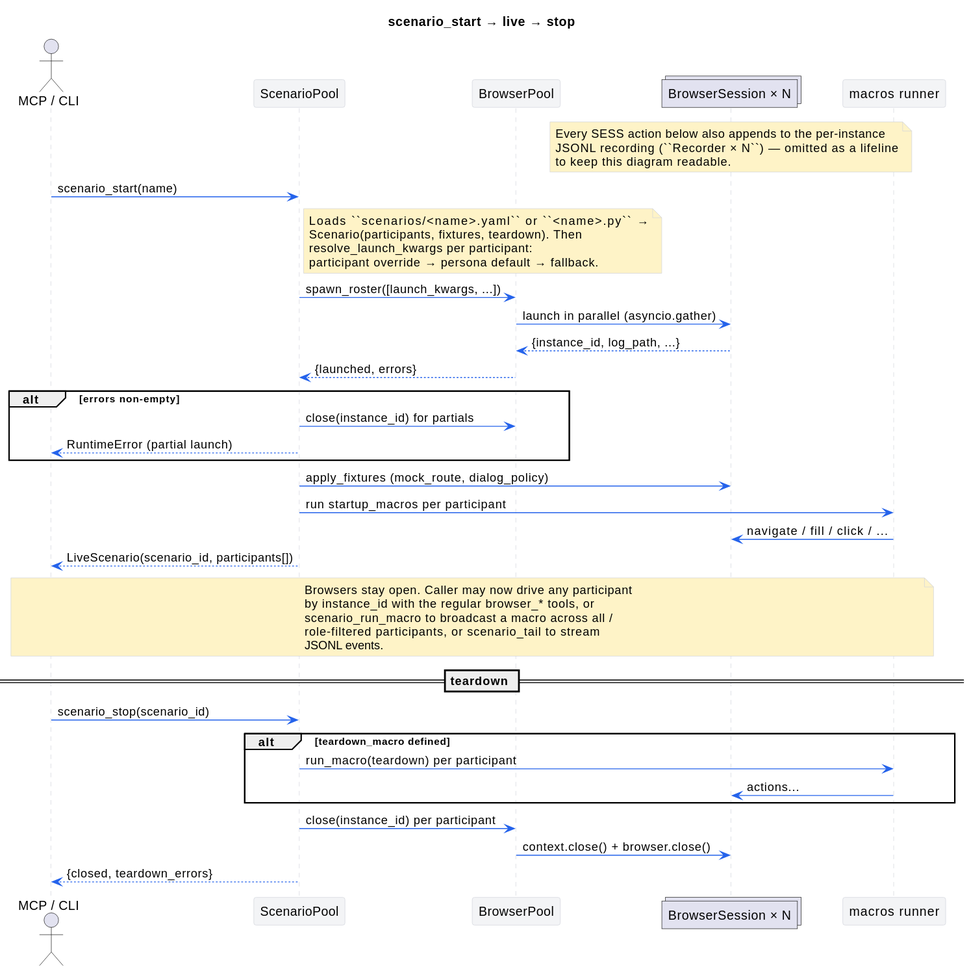
livingstaccato/octowright keeps this PlantUML diagram as docs/architecture/scenario-lifecycle.svg. Above is the earlier version. Its source is kept beside it as docs/architecture/scenario-lifecycle.puml. The source it was exported from:
```plantuml
@startuml scenario-lifecycle
title scenario_start → live → stop

skinparam backgroundColor #ffffff
skinparam sequenceArrowColor #2563eb
skinparam sequenceParticipantBorderColor #d1d5db
skinparam sequenceParticipantBackgroundColor #f3f4f6
skinparam sequenceLifeLineBorderColor #d1d5db
skinparam noteBackgroundColor #fef3c7
skinparam noteBorderColor #d1d5db


actor "MCP / CLI" as USER
participant "ScenarioPool" as SPOOL
participant "BrowserPool" as POOL
collections "BrowserSession × N" as SESS
participant "macros runner" as MACROS

note over SESS
  Every SESS action below also appends to the per-instance
  JSONL recording (``Recorder × N``) — omitted as a lifeline
  to keep this diagram readable.
end note

USER -> SPOOL : scenario_start(name)

note right of SPOOL
  Loads ``scenarios/<name>.yaml`` or ``<name>.py`` →
  Scenario(participants, fixtures, teardown). Then
  resolve_launch_kwargs per participant:
  participant override → persona default → fallback.
end note

SPOOL -> POOL : spawn_roster([launch_kwargs, ...])
POOL -> SESS : launch in parallel (asyncio.gather)
SESS --> POOL : {instance_id, log_path, ...}
POOL --> SPOOL : {launched, errors}

alt errors non-empty
  SPOOL -> POOL : close(instance_id) for partials
  SPOOL --> USER : RuntimeError (partial launch)
end

SPOOL -> SESS : apply_fixtures (mock_route, dialog_policy)
SPOOL -> MACROS : run startup_macros per participant
MACROS -> SESS : navigate / fill / click / ...

SPOOL --> USER : LiveScenario(scenario_id, participants[])

note over USER, MACROS
  Browsers stay open. Caller may now drive any participant
  by instance_id with the regular browser_* tools, or
  scenario_run_macro to broadcast a macro across all /
  role-filtered participants, or scenario_tail to stream
  JSONL events.
end note

== teardown ==

USER -> SPOOL : scenario_stop(scenario_id)
alt teardown_macro defined
  SPOOL -> MACROS : run_macro(teardown) per participant
  MACROS -> SESS : actions...
end
SPOOL -> POOL : close(instance_id) per participant
POOL -> SESS : context.close() + browser.close()
SPOOL --> USER : {closed, teardown_errors}

@enduml
```
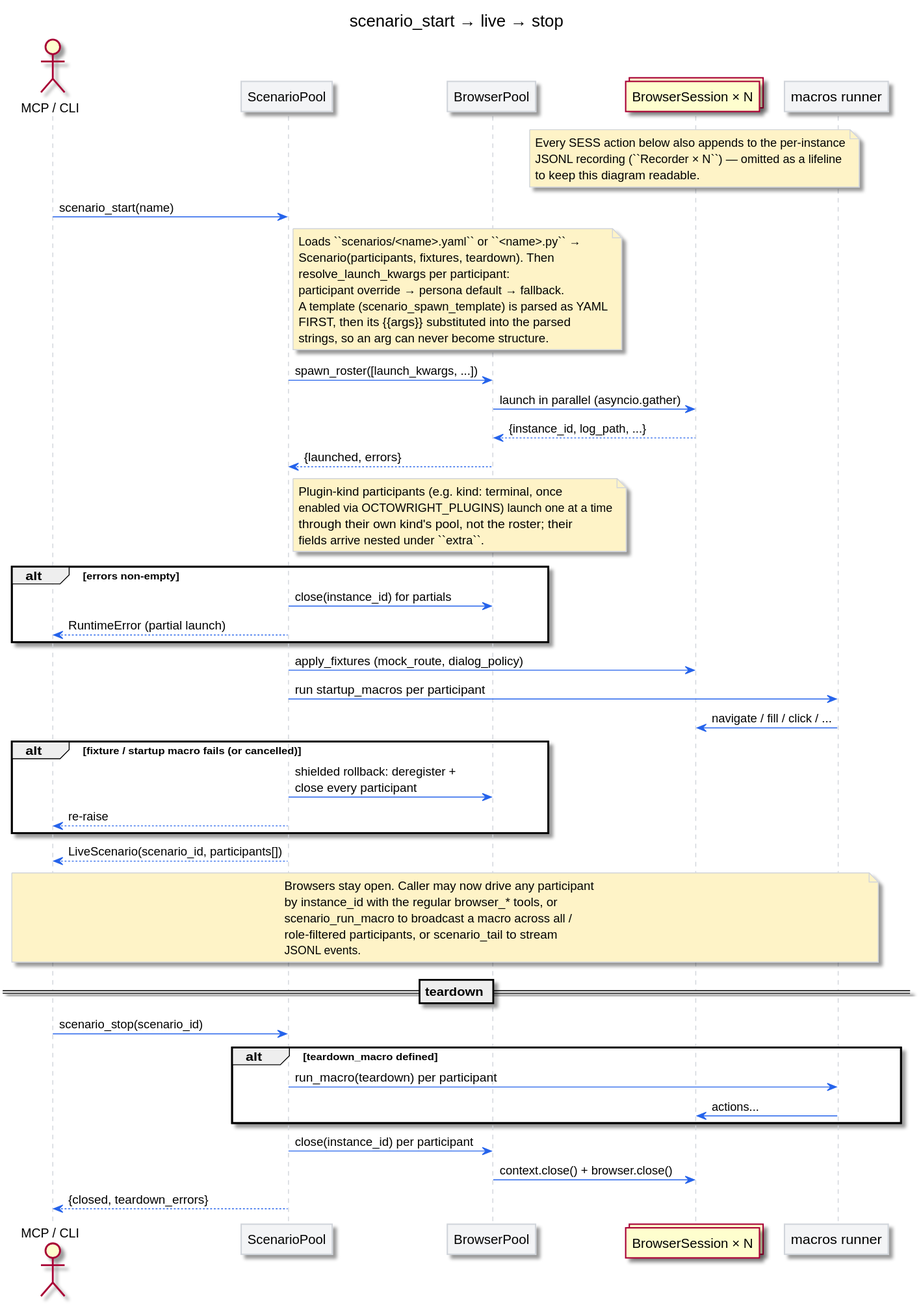
After the change.

Change to the diagram source:
```diff
@@ -29,12 +29,22 @@
   Scenario(participants, fixtures, teardown). Then
   resolve_launch_kwargs per participant:
   participant override → persona default → fallback.
+  A template (scenario_spawn_template) is parsed as YAML
+  FIRST, then its {{args}} substituted into the parsed
+  strings, so an arg can never become structure.
 end note
 
 SPOOL -> POOL : spawn_roster([launch_kwargs, ...])
 POOL -> SESS : launch in parallel (asyncio.gather)
 SESS --> POOL : {instance_id, log_path, ...}
 POOL --> SPOOL : {launched, errors}
+
+note right of SPOOL
+  Plugin-kind participants (e.g. kind: terminal, once
+  enabled via OCTOWRIGHT_PLUGINS) launch one at a time
+  through their own kind's pool, not the roster; their
+  fields arrive nested under ``extra``.
+end note
 
 alt errors non-empty
   SPOOL -> POOL : close(instance_id) for partials
@@ -44,6 +54,11 @@
 SPOOL -> SESS : apply_fixtures (mock_route, dialog_policy)
 SPOOL -> MACROS : run startup_macros per participant
 MACROS -> SESS : navigate / fill / click / ...
+
+alt fixture / startup macro fails (or cancelled)
+  SPOOL -> POOL : shielded rollback: deregister +\nclose every participant
+  SPOOL --> USER : re-raise
+end
 
 SPOOL --> USER : LiveScenario(scenario_id, participants[])
 
```
